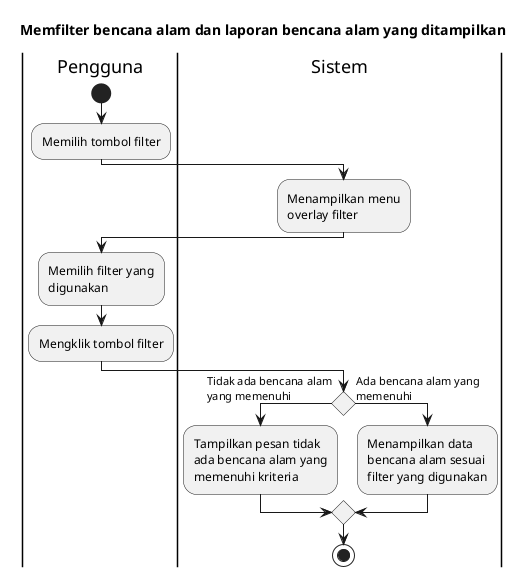
This is export/Activity Diagrams/UC-MAP - Peta Bencana/UC-MAP-004 - Memfilter bencana alam dan laporan bencana alam yang ditampilkan.png from bagusNA/appl-diagrams, a PlantUML export, as it was before one commit.
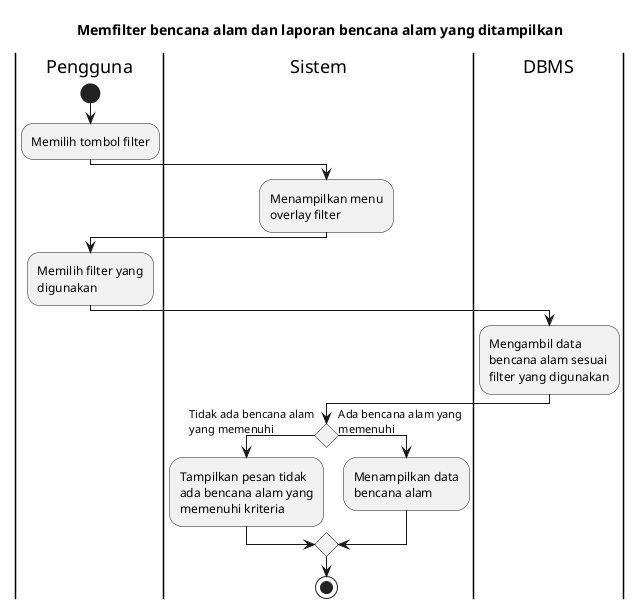
After the change.

What changed in the source:
```diff
@@ -12,13 +12,15 @@
 
 |Pengguna|
 :Memilih filter yang digunakan;
-:Mengklik tombol filter;
+
+|DBMS|
+:Mengambil data bencana alam sesuai filter yang digunakan;
 
 |Sistem|
 if () then (Tidak ada bencana alam yang memenuhi)
   :Tampilkan pesan tidak ada bencana alam yang memenuhi kriteria;
 else (Ada bencana alam yang memenuhi)
-  :Menampilkan data bencana alam sesuai filter yang digunakan;
+  :Menampilkan data bencana alam;
 endif
 
 stop
```
